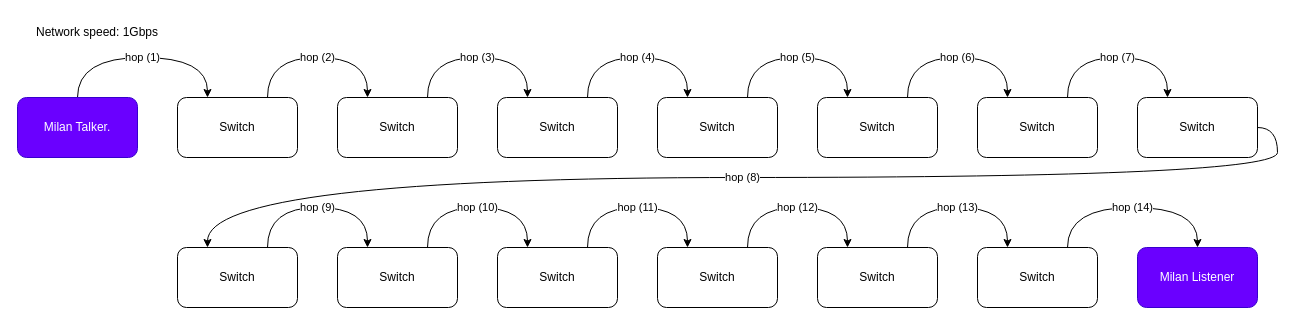
avb-academy/avb_academy keeps this draw.io diagram as static/images/number_of_hops_1Gbps.drawio. Above is the earlier version. Source tidied: cells renumbered, new cells numbered last; positions are measured from the earlier drawing's top-left corner, leaving out a move shared by most shapes. Both pictures are drawn from the tidied source at 100%, with x=0, y=0 at pixel (17, 17).
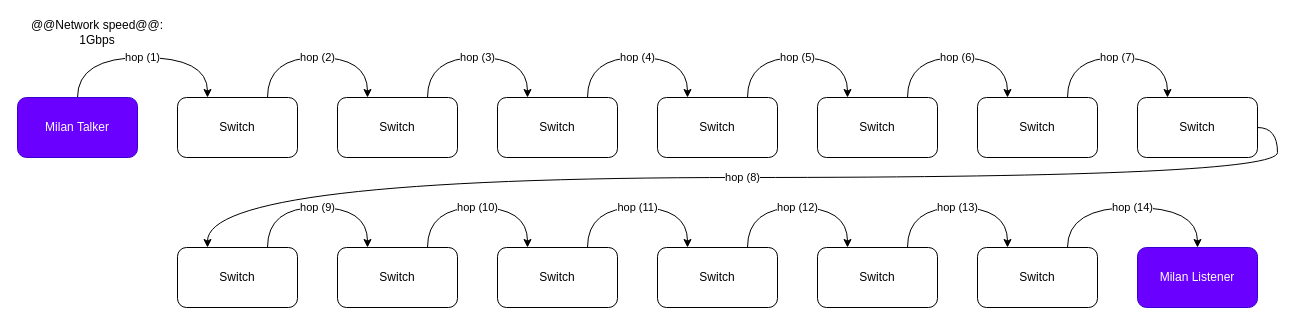
Above is the later version.

The edit, as a diff of the source:
```diff
@@
-    <mxCell id="3" value="Milan Talker." style="rounded=1;whiteSpace=wrap;html=1;fillColor=#6a00ff;fontColor=#ffffff;strokeColor=#3700CC;" parent="1" vertex="1">
+    <mxCell id="3" value="Milan Talker" style="rounded=1;whiteSpace=wrap;html=1;fillColor=#6a00ff;fontColor=#ffffff;strokeColor=#3700CC;" parent="1" vertex="1">
       <mxGeometry y="80" width="120" height="60" as="geometry" />
     </mxCell>
@@
-    <mxCell id="31" value="Network speed: 1Gbps" style="text;html=1;strokeColor=none;fillColor=none;align=center;verticalAlign=middle;whiteSpace=wrap;rounded=0;" parent="1" vertex="1">
+    <mxCell id="31" value="@@Network speed@@: 1Gbps" style="text;html=1;strokeColor=none;fillColor=none;align=center;verticalAlign=middle;whiteSpace=wrap;rounded=0;" parent="1" vertex="1">
       <mxGeometry width="160" height="30" as="geometry" />
     </mxCell>
```
